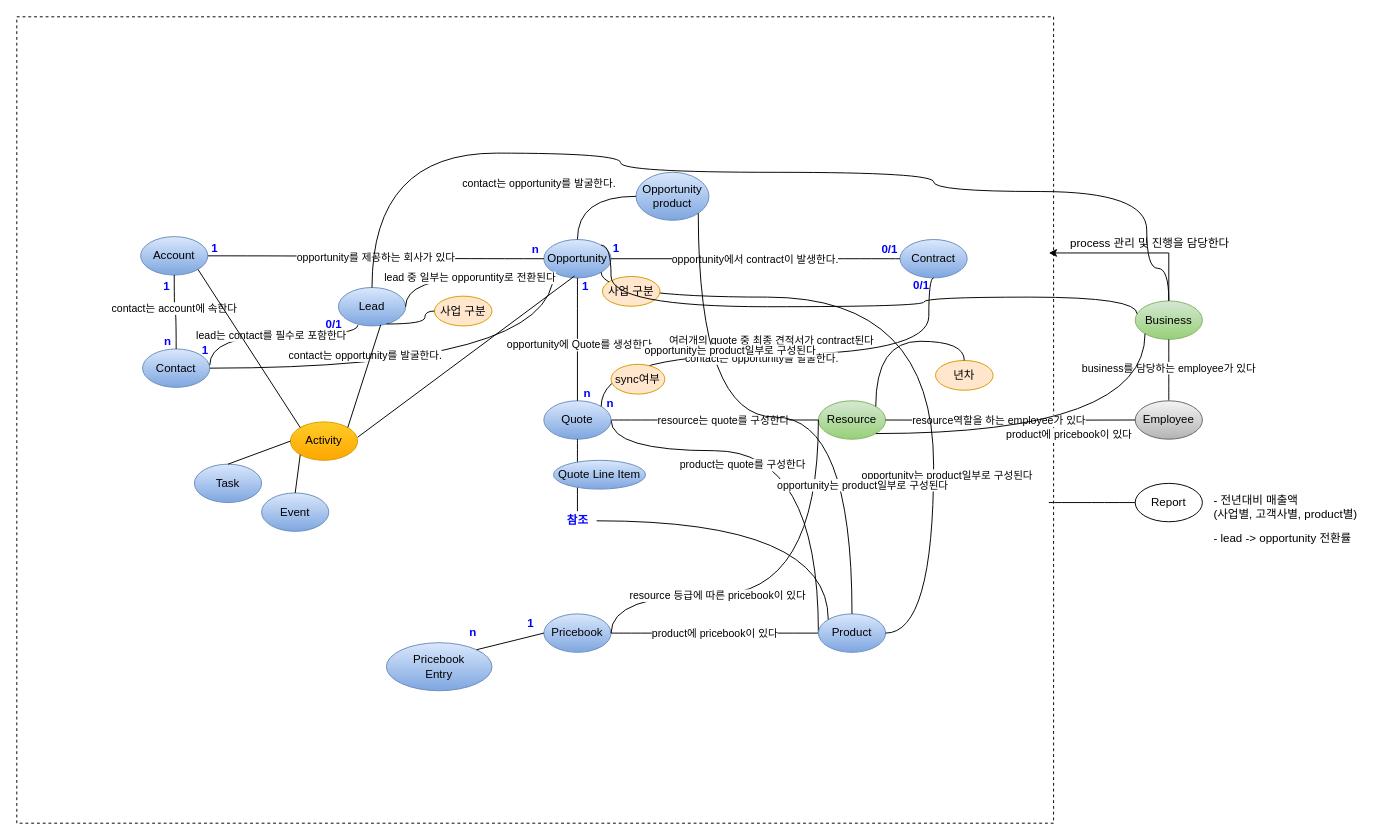
This is page "개념설계_수정" (2 of 3) of newyork프로젝트_개념설계.drawio from cknet-saleforce/newyork, a draw.io file, before an edit. Source tidied: cells renumbered, new cells numbered last; positions are measured from the earlier drawing's top-left corner, leaving out a move shared by most shapes. Both pictures are drawn from the tidied source at 96%, with x=0, y=0 at pixel (16, 16).
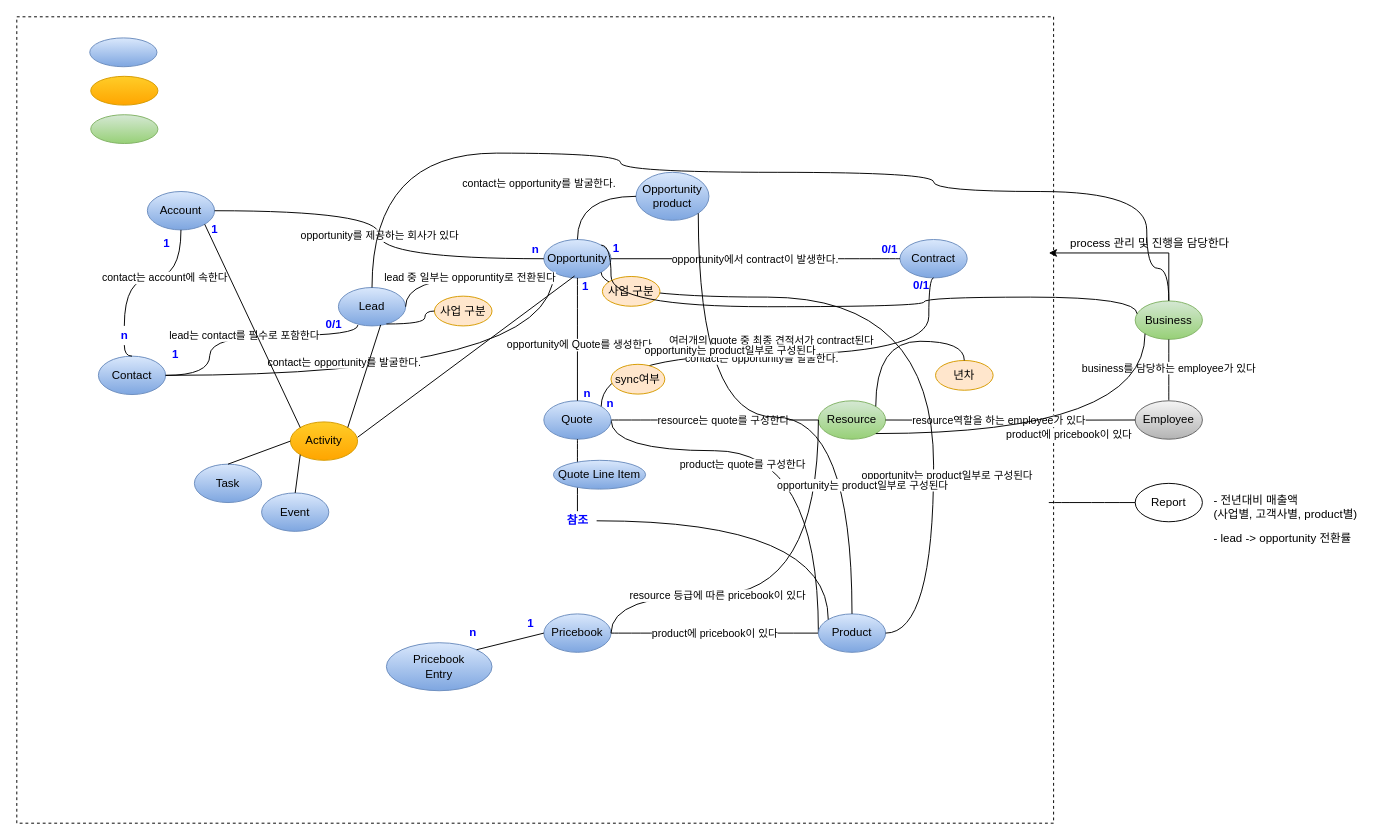
The same diagram, later.

The edit, as a diff of the source:
```diff
@@
     <mxCell id="3" value="Account" style="ellipse;whiteSpace=wrap;html=1;fillColor=#dae8fc;gradientColor=#7ea6e0;strokeColor=#6c8ebf;" parent="1" vertex="1">
-      <mxGeometry x="129" y="229" width="70" height="40" as="geometry" />
+      <mxGeometry x="136" y="182" width="70" height="40" as="geometry" />
     </mxCell>
     <mxCell id="4" value="Contact" style="ellipse;whiteSpace=wrap;html=1;fillColor=#dae8fc;gradientColor=#7ea6e0;strokeColor=#6c8ebf;" parent="1" vertex="1">
-      <mxGeometry x="131" y="346" width="70" height="40" as="geometry" />
+      <mxGeometry x="85" y="353.5" width="70" height="40" as="geometry" />
     </mxCell>
@@
-    <mxCell id="13" style="edgeStyle=orthogonalEdgeStyle;jettySize=auto;html=1;entryX=0.5;entryY=1;entryDx=0;entryDy=0;strokeColor=default;curved=1;endArrow=none;endFill=0;exitX=0.5;exitY=0;exitDx=0;exitDy=0;" parent="1" edge="1" source="4" target="3">
+    <mxCell id="13" style="edgeStyle=orthogonalEdgeStyle;jettySize=auto;html=1;entryX=0.5;entryY=1;entryDx=0;entryDy=0;strokeColor=default;curved=1;endArrow=none;endFill=0;exitX=0.5;exitY=0;exitDx=0;exitDy=0;startArrow=none;" parent="1" edge="1" source="56" target="3">
       <mxGeometry relative="1" as="geometry" />
     </mxCell>
@@
-    <mxCell id="37" value="lead는 contact를 필수로 포함한다" style="edgeStyle=orthogonalEdgeStyle;orthogonalLoop=1;jettySize=auto;html=1;entryX=0;entryY=1;entryDx=0;entryDy=0;strokeColor=default;curved=1;endArrow=none;endFill=0;" parent="1" edge="1">
+    <mxCell id="37" value="lead는 contact를 필수로 포함한다" style="edgeStyle=orthogonalEdgeStyle;jettySize=auto;html=1;entryX=0;entryY=1;entryDx=0;entryDy=0;strokeColor=default;curved=1;endArrow=none;endFill=0;" parent="1" edge="1" source="4">
       <mxGeometry x="-0.03" relative="1" as="geometry">
-        <mxPoint x="201" y="362.9" as="sourcePoint" />
         <mxPoint x="355.3" y="321.1" as="targetPoint" />
         <Array as="points">
+          <mxPoint x="201" y="374" />
           <mxPoint x="201" y="332" />
           <mxPoint x="355" y="332" />
         </Array>
       </mxGeometry>
     </mxCell>
@@
     <mxCell id="53" value="1" style="text;html=1;align=center;verticalAlign=middle;strokeColor=none;fillColor=none;fontStyle=1;fontColor=#0000FF;" parent="1" vertex="1">
-      <mxGeometry x="196" y="231" width="20" height="20" as="geometry" />
+      <mxGeometry x="196" y="212" width="20" height="20" as="geometry" />
     </mxCell>
@@
     <mxCell id="55" value="1" style="text;html=1;align=center;verticalAlign=middle;strokeColor=none;fillColor=none;fontStyle=1;fontColor=#0000FF;" parent="1" vertex="1">
-      <mxGeometry x="146" y="271" width="20" height="20" as="geometry" />
+      <mxGeometry x="146" y="226" width="20" height="20" as="geometry" />
     </mxCell>
-    <mxCell id="56" value="n" style="text;html=1;align=center;verticalAlign=middle;points=[];strokeColor=none;fillColor=none;fontStyle=1;fontColor=#0000FF;" parent="1" vertex="1">
-      <mxGeometry x="147" y="328" width="20" height="20" as="geometry" />
-    </mxCell>
     <mxCell id="57" value="1" style="text;html=1;align=center;verticalAlign=middle;strokeColor=none;fillColor=none;fontStyle=1;fontColor=#0000FF;" parent="1" vertex="1">
-      <mxGeometry x="186" y="338" width="20" height="20" as="geometry" />
+      <mxGeometry x="155" y="342" width="20" height="20" as="geometry" />
     </mxCell>
@@
+    <mxCell id="91" style="ellipse;whiteSpace=wrap;html=1;fillColor=#dae8fc;gradientColor=#7ea6e0;strokeColor=#6c8ebf;" parent="1" vertex="1">
+      <mxGeometry x="76" y="22" width="70" height="30" as="geometry" />
+    </mxCell>
+    <mxCell id="92" style="ellipse;whiteSpace=wrap;html=1;fillColor=#ffcd28;strokeColor=#d79b00;gradientColor=#ffa500;" parent="1" vertex="1">
+      <mxGeometry x="77" y="62" width="70" height="30" as="geometry" />
+    </mxCell>
+    <mxCell id="93" style="ellipse;whiteSpace=wrap;html=1;fillColor=#d5e8d4;strokeColor=#82b366;gradientColor=#97d077;" parent="1" vertex="1">
+      <mxGeometry x="77" y="102" width="70" height="30" as="geometry" />
+    </mxCell>
+    <mxCell id="56" value="n" style="text;html=1;align=center;verticalAlign=middle;points=[];strokeColor=none;fillColor=none;fontStyle=1;fontColor=#0000FF;" parent="1" vertex="1">
+      <mxGeometry x="102" y="322" width="20" height="20" as="geometry" />
+    </mxCell>
+    <mxCell id="94" style="edgeStyle=orthogonalEdgeStyle;jettySize=auto;html=1;entryX=0.5;entryY=1;entryDx=0;entryDy=0;strokeColor=default;curved=1;endArrow=none;endFill=0;exitX=0.5;exitY=0;exitDx=0;exitDy=0;" parent="1" edge="1" source="4" target="56">
+      <mxGeometry relative="1" as="geometry" />
+    </mxCell>
```
